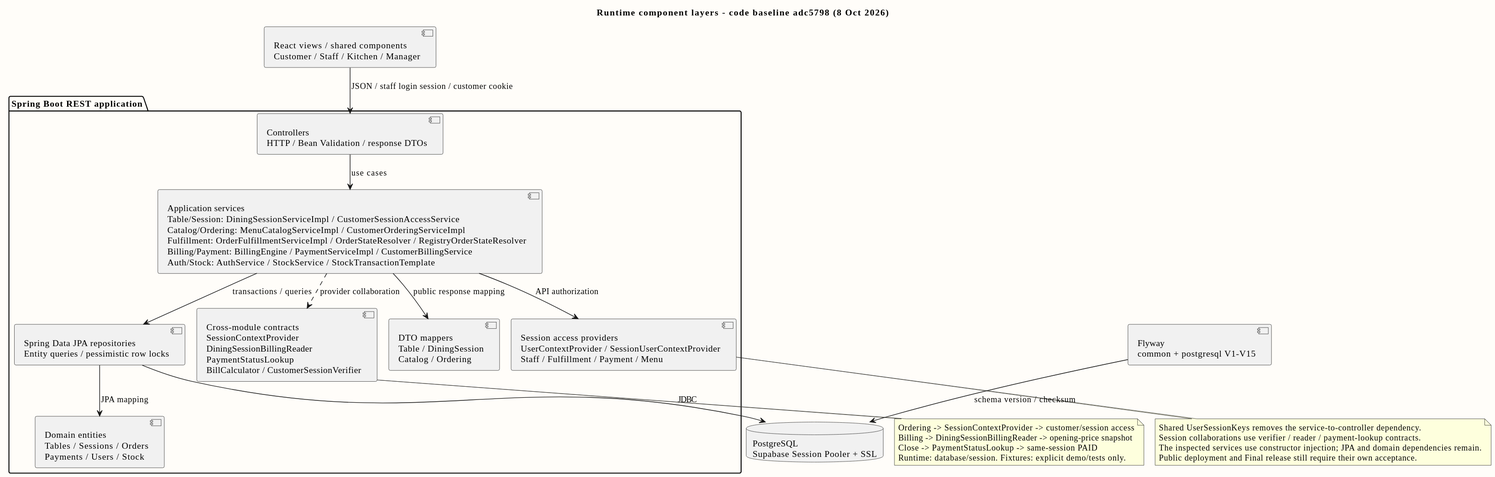
Above: doc/diagrams/previews/component.svg in PavaritPramual/buffet-restaurant-management-system (PlantUML), before the change.
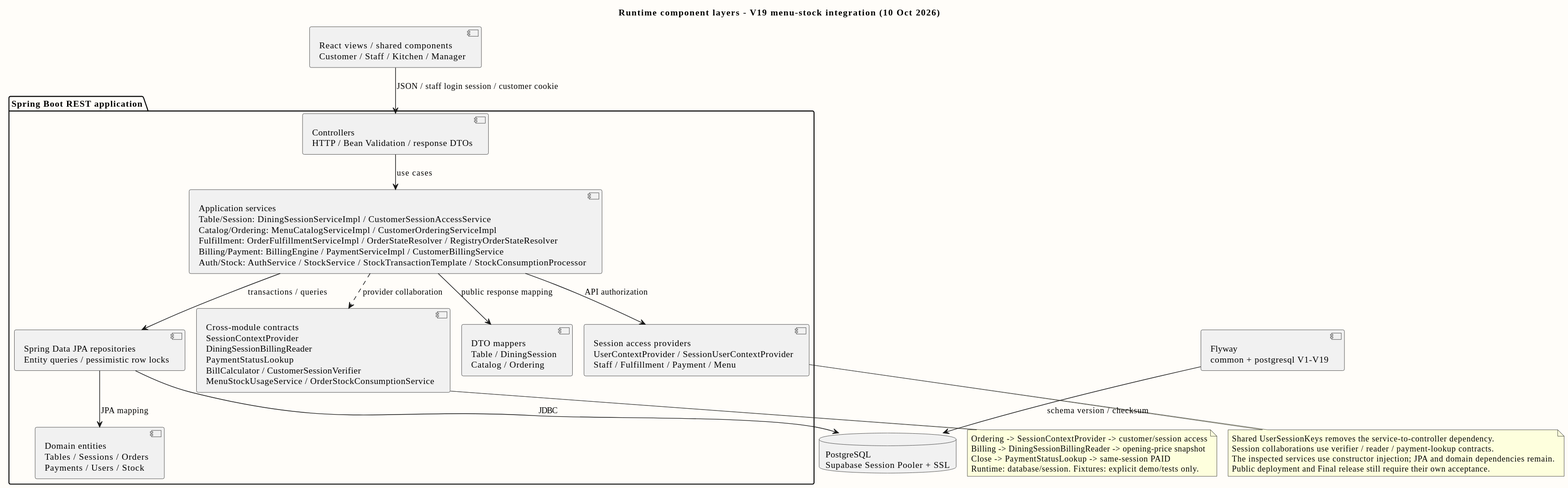
The same diagram one commit later.

What changed in the source:
```diff
@@ -3,20 +3,20 @@
 skinparam shadowing false
 skinparam backgroundColor #FFFDF9
 skinparam defaultFontName Tahoma
-title Runtime component layers - code baseline adc5798 (8 Oct 2026)
+title Runtime component layers - V19 menu-stock integration (10 Oct 2026)
 top to bottom direction
 component "React views / shared components\nCustomer / Staff / Kitchen / Manager" as Web
 package "Spring Boot REST application" {
  component "Controllers\nHTTP / Bean Validation / response DTOs" as C
- component "Application services\nTable/Session: DiningSessionServiceImpl / CustomerSessionAccessService\nCatalog/Ordering: MenuCatalogServiceImpl / CustomerOrderingServiceImpl\nFulfillment: OrderFulfillmentServiceImpl / OrderStateResolver / RegistryOrderStateResolver\nBilling/Payment: BillingEngine / PaymentServiceImpl / CustomerBillingService\nAuth/Stock: AuthService / StockService / StockTransactionTemplate" as S
- component "Cross-module contracts\nSessionContextProvider\nDiningSessionBillingReader\nPaymentStatusLookup\nBillCalculator / CustomerSessionVerifier" as Contracts
+ component "Application services\nTable/Session: DiningSessionServiceImpl / CustomerSessionAccessService\nCatalog/Ordering: MenuCatalogServiceImpl / CustomerOrderingServiceImpl\nFulfillment: OrderFulfillmentServiceImpl / OrderStateResolver / RegistryOrderStateResolver\nBilling/Payment: BillingEngine / PaymentServiceImpl / CustomerBillingService\nAuth/Stock: AuthService / StockService / StockTransactionTemplate / StockConsumptionProcessor" as S
+ component "Cross-module contracts\nSessionContextProvider\nDiningSessionBillingReader\nPaymentStatusLookup\nBillCalculator / CustomerSessionVerifier\nMenuStockUsageService / OrderStockConsumptionService" as Contracts
  component "Session access providers\nUserContextProvider / SessionUserContextProvider\nStaff / Fulfillment / Payment / Menu" as Auth
  component "DTO mappers\nTable / DiningSession\nCatalog / Ordering" as M
  component "Spring Data JPA repositories\nEntity queries / pessimistic row locks" as Repo
  component "Domain entities\nTables / Sessions / Orders\nPayments / Users / Stock" as E
 }
 database "PostgreSQL\nSupabase Session Pooler + SSL" as DB
-component "Flyway\ncommon + postgresql V1-V15" as Fly
+component "Flyway\ncommon + postgresql V1-V19" as Fly
 Web --> C : JSON / staff login session / customer cookie
 C --> S : use cases
 S --> Repo : transactions / queries
```
